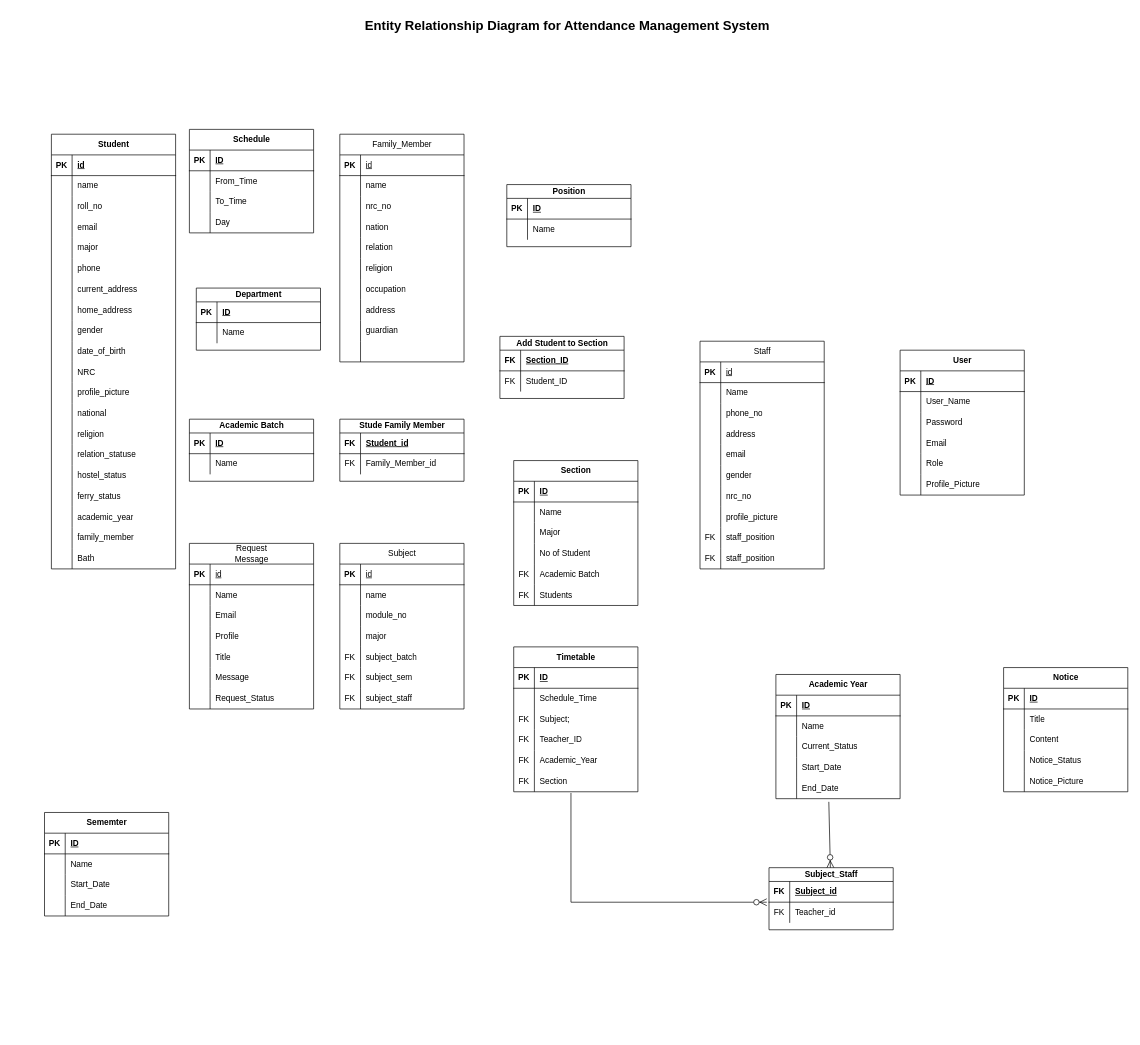
Before: ER.drawio in KhunMaungNgwee/InternShipProject, a draw.io diagram. Source tidied: cells renumbered, new cells numbered last; positions are measured from the earlier drawing's top-left corner, leaving out a move shared by most shapes. Both pictures are drawn from the tidied source at 69%, with x=0, y=0 at pixel (44, 12).
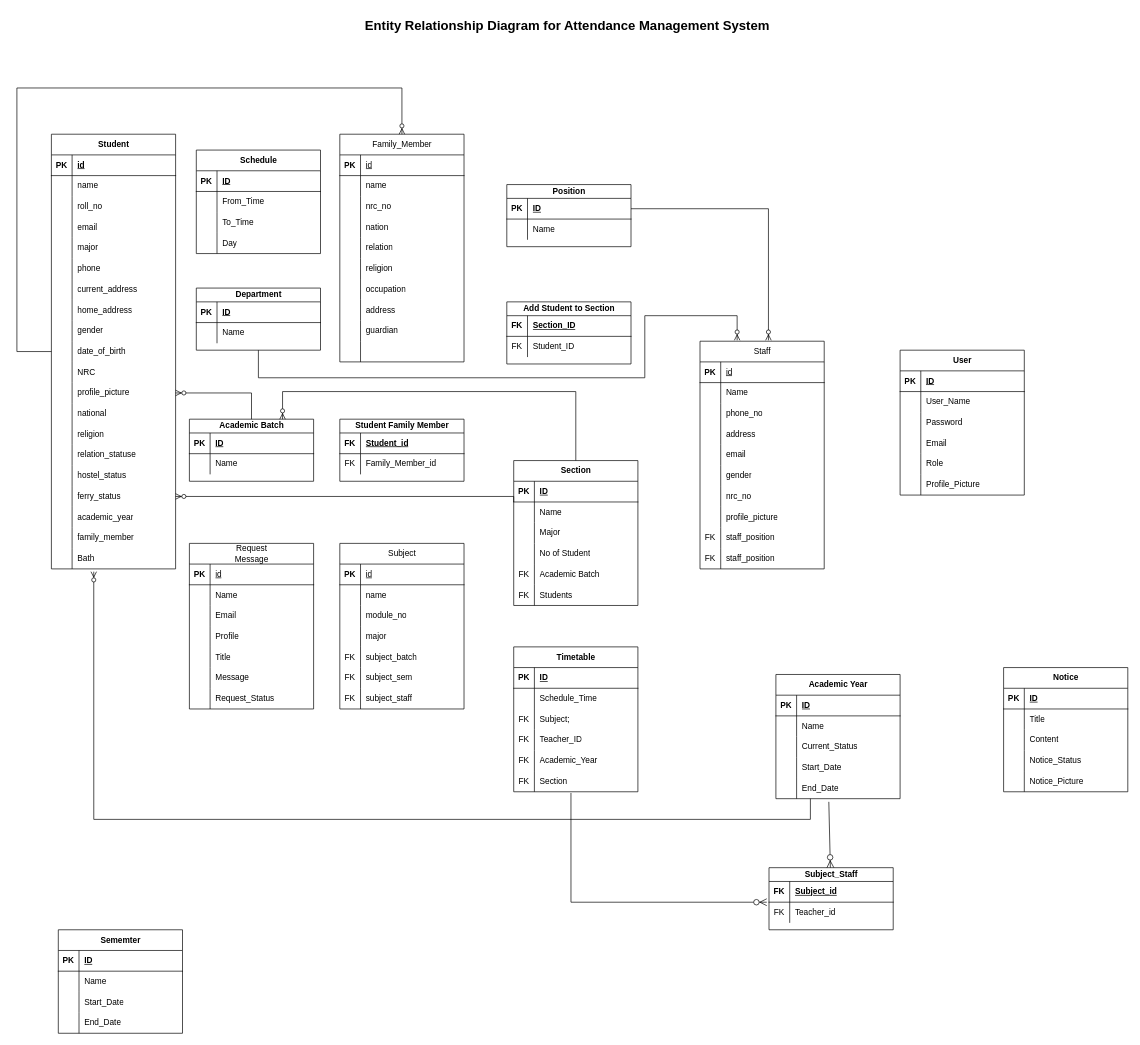
After the change.

Unchanged cells that the change refers to:
```xml
<mxCell id="31" style="shape=tableRow;horizontal=0;startSize=0;swimlaneHead=0;swimlaneBody=0;fillColor=none;points=[[0,0.5],[1,0.5]];portConstraint=eastwest;top=0;left=0;right=0;bottom=0;" parent="3" vertex="1">
  <mxGeometry y="300" width="180" height="30" as="geometry" />
</mxCell>
<mxCell id="37" style="shape=tableRow;horizontal=0;startSize=0;swimlaneHead=0;swimlaneBody=0;fillColor=none;points=[[0,0.5],[1,0.5]];portConstraint=eastwest;top=0;left=0;right=0;bottom=0;" parent="3" vertex="1">
  <mxGeometry y="360" width="180" height="30" as="geometry" />
</mxCell>
<mxCell id="52" style="shape=tableRow;horizontal=0;startSize=0;swimlaneHead=0;swimlaneBody=0;fillColor=none;points=[[0,0.5],[1,0.5]];portConstraint=eastwest;top=0;left=0;right=0;bottom=0;" parent="3" vertex="1">
  <mxGeometry y="510" width="180" height="30" as="geometry" />
</mxCell>
<mxCell id="61" style="shape=tableRow;horizontal=0;startSize=0;swimlaneHead=0;swimlaneBody=0;fillColor=none;points=[[0,0.5],[1,0.5]];portConstraint=eastwest;top=0;left=0;right=0;bottom=0;" parent="3" vertex="1">
  <mxGeometry y="600" width="180" height="30" as="geometry" />
</mxCell>
<mxCell id="64" value="&lt;span style=&quot;font-weight: 400; text-wrap: wrap;&quot;&gt;Family_Member&lt;/span&gt;" style="shape=table;startSize=30;childLayout=tableLayout;rowLines=0;fontStyle=1;align=center;html=1;" parent="1" vertex="1">
  <mxGeometry x="428" y="177" width="180" height="330" as="geometry" />
</mxCell>
<mxCell id="95" value="&lt;span style=&quot;font-weight: 400; text-wrap: wrap;&quot;&gt;Staff&lt;/span&gt;" style="shape=table;startSize=30;childLayout=tableLayout;rowLines=0;fontStyle=1;align=center;html=1;" parent="1" vertex="1">
  <mxGeometry x="950" y="477" width="180" height="330" as="geometry" />
</mxCell>
<mxCell id="164" value="Department" style="shape=table;startSize=20;childLayout=tableLayout;rowLines=0;fontStyle=1;align=center;html=1;" parent="1" vertex="1">
  <mxGeometry x="220" y="400" width="180" height="90" as="geometry" />
</mxCell>
<mxCell id="190" value="Academic Year" style="shape=table;startSize=30;childLayout=tableLayout;rowLines=0;fontStyle=1;align=center;html=1;" parent="1" vertex="1">
  <mxGeometry x="1060" y="960" width="180" height="180" as="geometry" />
</mxCell>
<mxCell id="226" style="shape=tableRow;horizontal=0;startSize=0;swimlaneHead=0;swimlaneBody=0;fillColor=none;points=[[0,0.5],[1,0.5]];portConstraint=eastwest;top=0;left=0;right=0;bottom=1;" parent="225" vertex="1">
  <mxGeometry y="20" width="180" height="30" as="geometry" />
</mxCell>
<mxCell id="266" value="Academic Batch" style="shape=table;startSize=20;childLayout=tableLayout;rowLines=0;fontStyle=1;align=center;html=1;" parent="1" vertex="1">
  <mxGeometry x="210" y="590" width="180" height="90" as="geometry" />
</mxCell>
<mxCell id="286" value="Section" style="shape=table;startSize=30;childLayout=tableLayout;rowLines=0;fontStyle=1;align=center;html=1;" parent="1" vertex="1">
  <mxGeometry x="680" y="650" width="180" height="210" as="geometry" />
</mxCell>
```

What changed in the source:
```diff
@@
     <mxCell id="232" value="Schedule" style="shape=table;startSize=30;childLayout=tableLayout;rowLines=0;fontStyle=1;align=center;html=1;" parent="1" vertex="1">
-      <mxGeometry x="210" y="170" width="180" height="150" as="geometry" />
+      <mxGeometry x="220" y="200" width="180" height="150" as="geometry" />
     </mxCell>
@@
     <mxCell id="252" value="Add Student to Section" style="shape=table;startSize=20;childLayout=tableLayout;rowLines=0;fontStyle=1;align=center;html=1;" parent="1" vertex="1">
-      <mxGeometry x="660" y="470" width="180" height="90" as="geometry" />
+      <mxGeometry x="670" y="420" width="180" height="90" as="geometry" />
     </mxCell>
@@
-    <mxCell id="259" value="Stude Family Member" style="shape=table;startSize=20;childLayout=tableLayout;rowLines=0;fontStyle=1;align=center;html=1;" parent="1" vertex="1">
+    <mxCell id="259" value="Student Family Member" style="shape=table;startSize=20;childLayout=tableLayout;rowLines=0;fontStyle=1;align=center;html=1;" parent="1" vertex="1">
       <mxGeometry x="428" y="590" width="180" height="90" as="geometry" />
     </mxCell>
@@
     <mxCell id="273" value="Sememter" style="shape=table;startSize=30;childLayout=tableLayout;rowLines=0;fontStyle=1;align=center;html=1;" parent="1" vertex="1">
-      <mxGeometry y="1160" width="180" height="150" as="geometry" />
+      <mxGeometry x="20" y="1330" width="180" height="150" as="geometry" />
     </mxCell>
@@
+    <mxCell id="329" style="edgeStyle=orthogonalEdgeStyle;fontSize=12;html=1;endArrow=ERzeroToMany;endFill=1;rounded=0;entryX=0.341;entryY=1.133;entryDx=0;entryDy=0;entryPerimeter=0;" parent="1" edge="1" source="190" target="61">
+      <mxGeometry relative="1" as="geometry">
+        <Array as="points">
+          <mxPoint x="1110" y="1170" />
+          <mxPoint x="71" y="1170" />
+        </Array>
+      </mxGeometry>
+    </mxCell>
+    <mxCell id="330" style="edgeStyle=orthogonalEdgeStyle;fontSize=12;html=1;endArrow=ERzeroToMany;endFill=1;rounded=0;exitX=0;exitY=0.5;exitDx=0;exitDy=0;entryX=0.5;entryY=0;entryDx=0;entryDy=0;" parent="1" edge="1" source="31" target="64">
+      <mxGeometry relative="1" as="geometry">
+        <Array as="points">
+          <mxPoint x="-40" y="492" />
+          <mxPoint x="-40" y="110" />
+          <mxPoint x="518" y="110" />
+        </Array>
+      </mxGeometry>
+    </mxCell>
+    <mxCell id="331" style="edgeStyle=orthogonalEdgeStyle;fontSize=12;html=1;endArrow=ERzeroToMany;endFill=1;rounded=0;entryX=1;entryY=0.5;entryDx=0;entryDy=0;" parent="1" edge="1" source="266" target="37">
+      <mxGeometry relative="1" as="geometry" />
+    </mxCell>
+    <mxCell id="332" style="edgeStyle=orthogonalEdgeStyle;fontSize=12;html=1;endArrow=ERzeroToMany;endFill=1;rounded=0;exitX=0.5;exitY=0;exitDx=0;exitDy=0;entryX=0.75;entryY=0;entryDx=0;entryDy=0;" parent="1" edge="1" source="286" target="266">
+      <mxGeometry relative="1" as="geometry">
+        <Array as="points">
+          <mxPoint x="770" y="550" />
+          <mxPoint x="345" y="550" />
+        </Array>
+      </mxGeometry>
+    </mxCell>
+    <mxCell id="333" style="fontSize=12;html=1;endArrow=ERzeroToMany;endFill=1;rounded=0;entryX=1;entryY=0.5;entryDx=0;entryDy=0;edgeStyle=orthogonalEdgeStyle;" parent="1" edge="1" target="52">
+      <mxGeometry relative="1" as="geometry">
+        <mxPoint x="680" y="710" as="sourcePoint" />
+        <Array as="points">
+          <mxPoint x="680" y="702" />
+        </Array>
+      </mxGeometry>
+    </mxCell>
+    <mxCell id="334" style="edgeStyle=elbowEdgeStyle;fontSize=12;html=1;endArrow=ERzeroToMany;endFill=1;rounded=0;exitX=1;exitY=0.5;exitDx=0;exitDy=0;elbow=vertical;entryX=0.551;entryY=-0.004;entryDx=0;entryDy=0;entryPerimeter=0;" parent="1" edge="1" source="226" target="95">
+      <mxGeometry relative="1" as="geometry">
+        <Array as="points">
+          <mxPoint x="970" y="285" />
+        </Array>
+      </mxGeometry>
+    </mxCell>
+    <mxCell id="335" style="edgeStyle=orthogonalEdgeStyle;fontSize=12;html=1;endArrow=ERzeroToMany;endFill=1;rounded=0;entryX=0.299;entryY=-0.004;entryDx=0;entryDy=0;entryPerimeter=0;exitX=0.5;exitY=1;exitDx=0;exitDy=0;" parent="1" edge="1" source="164" target="95">
+      <mxGeometry relative="1" as="geometry">
+        <Array as="points">
+          <mxPoint x="310" y="530" />
+          <mxPoint x="870" y="530" />
+          <mxPoint x="870" y="440" />
+          <mxPoint x="1004" y="440" />
+        </Array>
+      </mxGeometry>
+    </mxCell>
```
